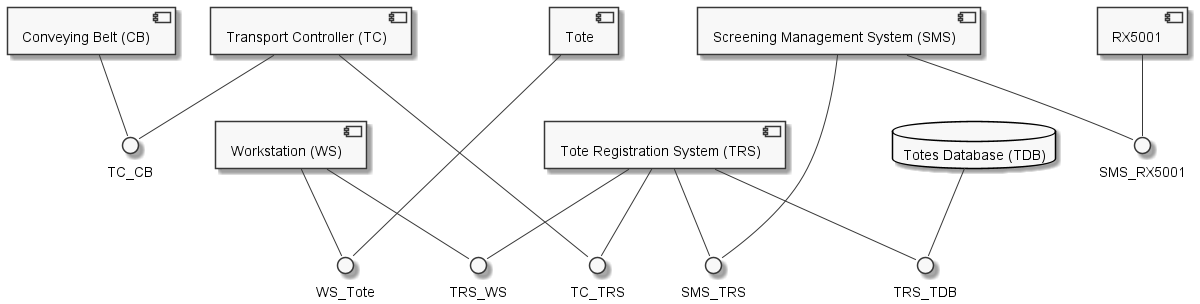
The PlantUML diagram Diagrammer/DDD/diagrams/out/__WorkspaceFolder__/InterfaceDiagram/InterfaceDiagram.png in TristanMoe/CompanyH, before a commit.
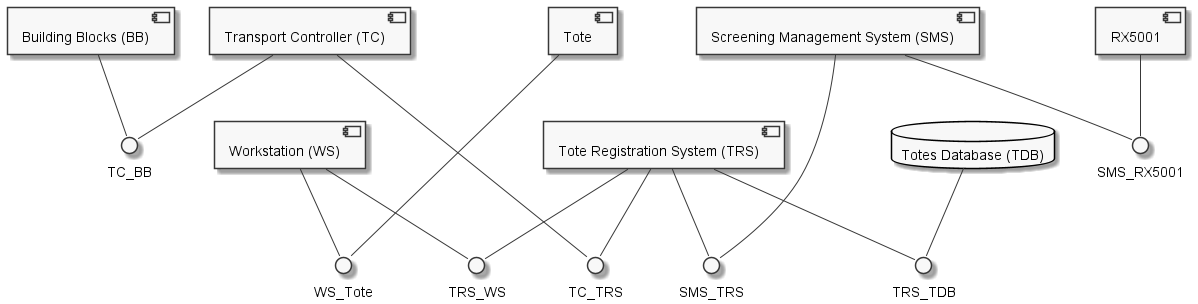
Later version of the same file.

What changed in the source:
```diff
@@ -3,7 +3,7 @@
 
 component "Screening Management System (SMS)" as SMS
 component "Tote Registration System (TRS)" as TRS
-component "Conveying Belt (CB)" as CB
+component "Building Blocks (BB)" as BB
 component "Transport Controller (TC)" as TC
 component "Workstation (WS)" as WS
 database "Totes Database (TDB)" as TDB
@@ -30,9 +30,9 @@
 TRS -- TRS_TDB
 TDB -- TRS_TDB
 
-interface TC_CB
-TC -- TC_CB
-CB -- TC_CB
+interface TC_BB
+TC -- TC_BB
+BB -- TC_BB
 
 interface TRS_WS
 TRS -- TRS_WS
```
